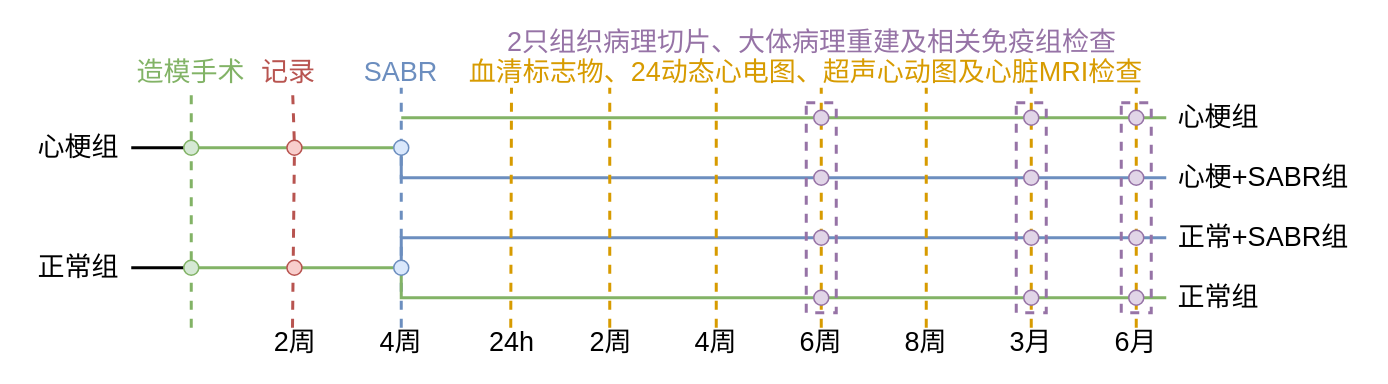
Above: gong.drawio in zondie17/something (draw.io), before the change. Source tidied: cells renumbered, new cells numbered last; positions are measured from the earlier drawing's top-left corner, leaving out a move shared by most shapes. Both pictures are drawn from the tidied source at 150%, with x=0, y=0 at pixel (26, 27).
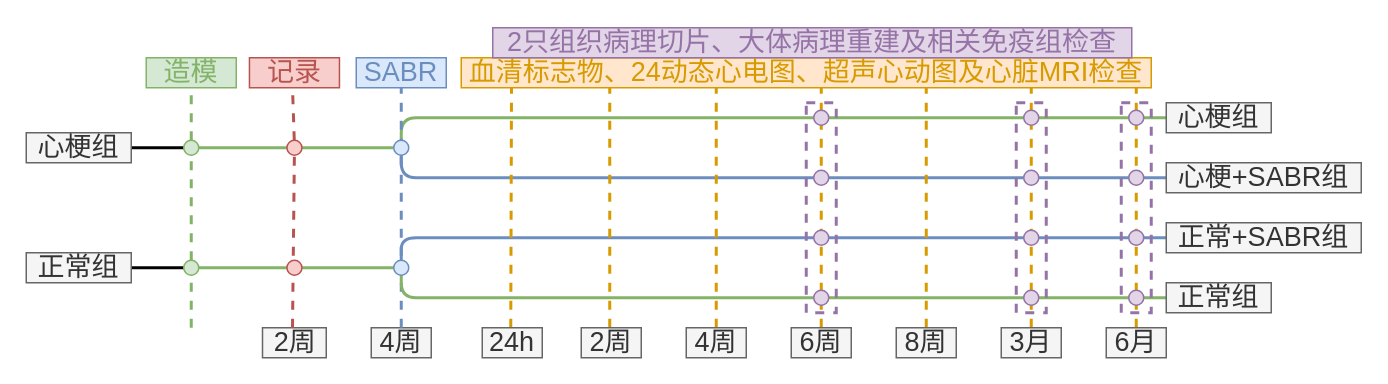
Above is the later version.

Unchanged cells that the change refers to:
```xml
<mxCell id="50" style="ellipse;whiteSpace=wrap;html=1;fillColor=#dae8fc;strokeColor=#6c8ebf;" parent="1" vertex="1">
  <mxGeometry x="245" y="155" width="10" height="10" as="geometry" />
</mxCell>
<mxCell id="62" style="ellipse;whiteSpace=wrap;html=1;fillColor=#e1d5e7;strokeColor=#9673a6;" parent="1" vertex="1">
  <mxGeometry x="665" y="55" width="10" height="10" as="geometry" />
</mxCell>
```

The edit, as a diff of the source:
```diff
@@
+    <mxCell id="67" style="endArrow=none;html=1;rounded=1;startArrow=none;startFill=0;endFill=0;fillColor=#d5e8d4;strokeColor=#82b366;strokeWidth=2;" parent="1" edge="1">
+      <mxGeometry relative="1" as="geometry">
+        <mxPoint x="250" y="80" as="sourcePoint" />
+        <mxPoint x="760" y="60" as="targetPoint" />
+        <Array as="points">
+          <mxPoint x="250" y="60" />
+        </Array>
+      </mxGeometry>
+    </mxCell>
@@
-    <mxCell id="5" value="&lt;font style=&quot;font-size: 18px;&quot; face=&quot;LXGW WenKai&quot;&gt;心梗组&lt;/font&gt;" style="text;html=1;strokeColor=none;fillColor=none;align=center;verticalAlign=middle;whiteSpace=wrap;rounded=0;" parent="1" vertex="1">
+    <mxCell id="5" value="&lt;font style=&quot;font-size: 18px;&quot; face=&quot;LXGW WenKai&quot;&gt;心梗组&lt;/font&gt;" style="text;html=1;strokeColor=#666666;fillColor=#f5f5f5;align=center;verticalAlign=middle;whiteSpace=wrap;rounded=0;fontColor=#333333;" parent="1" vertex="1">
       <mxGeometry y="70" width="70" height="20" as="geometry" />
     </mxCell>
@@
-    <mxCell id="7" value="&lt;font style=&quot;font-size: 18px;&quot; face=&quot;LXGW WenKai&quot;&gt;正常组&lt;/font&gt;" style="text;html=1;strokeColor=none;fillColor=none;align=center;verticalAlign=middle;whiteSpace=wrap;rounded=0;" parent="1" vertex="1">
+    <mxCell id="7" value="&lt;font style=&quot;font-size: 18px;&quot; face=&quot;LXGW WenKai&quot;&gt;正常组&lt;/font&gt;" style="text;html=1;strokeColor=#666666;fillColor=#f5f5f5;align=center;verticalAlign=middle;whiteSpace=wrap;rounded=0;fontColor=#333333;" parent="1" vertex="1">
       <mxGeometry y="150" width="70" height="20" as="geometry" />
     </mxCell>
@@
-    <mxCell id="9" value="&lt;font color=&quot;#82b366&quot; style=&quot;font-size: 18px;&quot; face=&quot;LXGW WenKai&quot;&gt;造模手术&lt;/font&gt;" style="text;html=1;strokeColor=none;fillColor=none;align=center;verticalAlign=middle;whiteSpace=wrap;rounded=0;" parent="1" vertex="1">
-      <mxGeometry x="60" y="20" width="100" height="20" as="geometry" />
+    <mxCell id="9" value="&lt;font color=&quot;#82b366&quot; style=&quot;font-size: 18px;&quot; face=&quot;LXGW WenKai&quot;&gt;造模&lt;/font&gt;" style="text;html=1;strokeColor=#82b366;fillColor=#d5e8d4;align=center;verticalAlign=middle;whiteSpace=wrap;rounded=0;" parent="1" vertex="1">
+      <mxGeometry x="80" y="20" width="60" height="20" as="geometry" />
     </mxCell>
@@
-    <mxCell id="12" value="&lt;font color=&quot;#6c8ebf&quot; style=&quot;font-size: 18px;&quot; face=&quot;LXGW WenKai&quot;&gt;SABR&lt;/font&gt;" style="text;html=1;strokeColor=none;fillColor=none;align=center;verticalAlign=middle;whiteSpace=wrap;rounded=0;" parent="1" vertex="1">
+    <mxCell id="12" value="&lt;font color=&quot;#6c8ebf&quot; style=&quot;font-size: 18px;&quot; face=&quot;LXGW WenKai&quot;&gt;SABR&lt;/font&gt;" style="text;html=1;strokeColor=#6c8ebf;fillColor=#dae8fc;align=center;verticalAlign=middle;whiteSpace=wrap;rounded=0;" parent="1" vertex="1">
       <mxGeometry x="220" y="20" width="60" height="20" as="geometry" />
     </mxCell>
@@
-    <mxCell id="14" value="&lt;font style=&quot;font-size: 18px;&quot; face=&quot;LXGW WenKai&quot;&gt;2周&lt;/font&gt;" style="text;html=1;strokeColor=none;fillColor=none;align=center;verticalAlign=middle;whiteSpace=wrap;rounded=0;" parent="1" vertex="1">
+    <mxCell id="14" value="&lt;font style=&quot;font-size: 18px;&quot; face=&quot;LXGW WenKai&quot;&gt;2周&lt;/font&gt;" style="text;html=1;strokeColor=#666666;fillColor=#f5f5f5;align=center;verticalAlign=middle;whiteSpace=wrap;rounded=0;fontColor=#333333;" parent="1" vertex="1">
       <mxGeometry x="157.5" y="200" width="42.5" height="20" as="geometry" />
     </mxCell>
-    <mxCell id="15" value="&lt;font style=&quot;font-size: 18px;&quot; face=&quot;LXGW WenKai&quot;&gt;4周&lt;/font&gt;" style="text;html=1;strokeColor=none;fillColor=none;align=center;verticalAlign=middle;whiteSpace=wrap;rounded=0;" parent="1" vertex="1">
+    <mxCell id="15" value="&lt;font style=&quot;font-size: 18px;&quot; face=&quot;LXGW WenKai&quot;&gt;4周&lt;/font&gt;" style="text;html=1;strokeColor=#666666;fillColor=#f5f5f5;align=center;verticalAlign=middle;whiteSpace=wrap;rounded=0;fontColor=#333333;" parent="1" vertex="1">
       <mxGeometry x="230" y="200" width="40" height="20" as="geometry" />
     </mxCell>
-    <mxCell id="16" value="&lt;font color=&quot;#b85450&quot; style=&quot;font-size: 18px;&quot; face=&quot;LXGW WenKai&quot;&gt;记录&lt;/font&gt;" style="text;html=1;strokeColor=none;fillColor=none;align=center;verticalAlign=middle;whiteSpace=wrap;rounded=0;" parent="1" vertex="1">
-      <mxGeometry x="150" y="20" width="50" height="20" as="geometry" />
+    <mxCell id="16" value="&lt;font color=&quot;#b85450&quot; style=&quot;font-size: 18px;&quot; face=&quot;LXGW WenKai&quot;&gt;记录&lt;/font&gt;" style="text;html=1;strokeColor=#b85450;fillColor=#f8cecc;align=center;verticalAlign=middle;whiteSpace=wrap;rounded=0;" parent="1" vertex="1">
+      <mxGeometry x="148.8" y="20" width="60" height="20" as="geometry" />
     </mxCell>
@@
-    <mxCell id="18" style="endArrow=none;html=1;rounded=0;startArrow=none;startFill=0;endFill=0;fillColor=#d5e8d4;strokeColor=#82b366;strokeWidth=2;" parent="1" edge="1" source="62">
-      <mxGeometry relative="1" as="geometry">
-        <mxPoint x="760" y="60" as="targetPoint" />
-        <Array as="points">
-          <mxPoint x="250" y="60" />
-        </Array>
-      </mxGeometry>
-    </mxCell>
-    <mxCell id="19" style="endArrow=none;html=1;rounded=0;startArrow=none;startFill=0;endFill=0;fillColor=#d5e8d4;strokeColor=#82b366;strokeWidth=2;" parent="1" edge="1">
+    <mxCell id="19" style="endArrow=none;html=1;rounded=1;startArrow=none;startFill=0;endFill=0;fillColor=#d5e8d4;strokeColor=#82b366;strokeWidth=2;" parent="1" edge="1">
       <mxGeometry relative="1" as="geometry">
         <mxPoint x="250" y="160" as="sourcePoint" />
         <mxPoint x="760" y="180" as="targetPoint" />
         <Array as="points">
           <mxPoint x="250" y="180" />
         </Array>
       </mxGeometry>
     </mxCell>
-    <mxCell id="20" style="endArrow=none;html=1;rounded=0;startArrow=none;startFill=0;endFill=0;fillColor=#d5e8d4;strokeColor=#6C8EBF;strokeWidth=2;" parent="1" edge="1">
+    <mxCell id="20" style="endArrow=none;html=1;startArrow=none;startFill=0;endFill=0;fillColor=#d5e8d4;strokeColor=#6C8EBF;strokeWidth=2;rounded=1;" parent="1" edge="1">
       <mxGeometry relative="1" as="geometry">
         <mxPoint x="250" y="80" as="sourcePoint" />
         <mxPoint x="760" y="100" as="targetPoint" />
         <Array as="points">
           <mxPoint x="250" y="100" />
         </Array>
       </mxGeometry>
     </mxCell>
-    <mxCell id="21" style="endArrow=none;html=1;rounded=0;startArrow=none;startFill=0;endFill=0;fillColor=#dae8fc;strokeColor=#6c8ebf;strokeWidth=2;" parent="1" edge="1" source="50">
+    <mxCell id="21" style="endArrow=none;html=1;rounded=1;startArrow=none;startFill=0;endFill=0;fillColor=#dae8fc;strokeColor=#6c8ebf;strokeWidth=2;" parent="1" edge="1" source="50">
       <mxGeometry relative="1" as="geometry">
         <mxPoint x="760" y="140" as="targetPoint" />
         <Array as="points">
           <mxPoint x="250" y="140" />
         </Array>
       </mxGeometry>
     </mxCell>
-    <mxCell id="22" value="&lt;font color=&quot;#d79b00&quot; style=&quot;font-size: 18px;&quot; face=&quot;LXGW WenKai&quot;&gt;血清标志物、24动态心电图、超声心动图及心脏MRI检查&lt;/font&gt;" style="text;html=1;strokeColor=none;fillColor=none;align=center;verticalAlign=middle;whiteSpace=wrap;rounded=0;" parent="1" vertex="1">
+    <mxCell id="22" value="&lt;font color=&quot;#d79b00&quot; style=&quot;font-size: 18px;&quot; face=&quot;LXGW WenKai&quot;&gt;血清标志物、24动态心电图、超声心动图及心脏MRI检查&lt;/font&gt;" style="text;html=1;strokeColor=#d79b00;fillColor=#ffe6cc;align=center;verticalAlign=middle;whiteSpace=wrap;rounded=0;" parent="1" vertex="1">
       <mxGeometry x="290" y="20" width="460" height="20" as="geometry" />
     </mxCell>
@@
-    <mxCell id="29" value="&lt;font style=&quot;font-size: 18px;&quot; face=&quot;LXGW WenKai&quot;&gt;24h&lt;/font&gt;" style="text;html=1;strokeColor=none;fillColor=none;align=center;verticalAlign=middle;whiteSpace=wrap;rounded=0;" parent="1" vertex="1">
+    <mxCell id="29" value="&lt;font style=&quot;font-size: 18px;&quot; face=&quot;LXGW WenKai&quot;&gt;24h&lt;/font&gt;" style="text;html=1;strokeColor=#666666;fillColor=#f5f5f5;align=center;verticalAlign=middle;whiteSpace=wrap;rounded=0;fontColor=#333333;" parent="1" vertex="1">
       <mxGeometry x="304" y="200" width="40" height="20" as="geometry" />
     </mxCell>
-    <mxCell id="30" value="&lt;font style=&quot;font-size: 18px;&quot; face=&quot;LXGW WenKai&quot;&gt;2周&lt;/font&gt;" style="text;html=1;strokeColor=none;fillColor=none;align=center;verticalAlign=middle;whiteSpace=wrap;rounded=0;" parent="1" vertex="1">
+    <mxCell id="30" value="&lt;font style=&quot;font-size: 18px;&quot; face=&quot;LXGW WenKai&quot;&gt;2周&lt;/font&gt;" style="text;html=1;strokeColor=#666666;fillColor=#f5f5f5;align=center;verticalAlign=middle;whiteSpace=wrap;rounded=0;fontColor=#333333;" parent="1" vertex="1">
       <mxGeometry x="370" y="200" width="40" height="20" as="geometry" />
     </mxCell>
-    <mxCell id="31" value="&lt;font style=&quot;font-size: 18px;&quot; face=&quot;LXGW WenKai&quot;&gt;4周&lt;/font&gt;" style="text;html=1;strokeColor=none;fillColor=none;align=center;verticalAlign=middle;whiteSpace=wrap;rounded=0;" parent="1" vertex="1">
+    <mxCell id="31" value="&lt;font style=&quot;font-size: 18px;&quot; face=&quot;LXGW WenKai&quot;&gt;4周&lt;/font&gt;" style="text;html=1;strokeColor=#666666;fillColor=#f5f5f5;align=center;verticalAlign=middle;whiteSpace=wrap;rounded=0;fontColor=#333333;" parent="1" vertex="1">
       <mxGeometry x="440" y="200" width="40" height="20" as="geometry" />
     </mxCell>
-    <mxCell id="32" value="&lt;font style=&quot;font-size: 18px;&quot; face=&quot;LXGW WenKai&quot;&gt;6周&lt;/font&gt;" style="text;html=1;strokeColor=none;fillColor=none;align=center;verticalAlign=middle;whiteSpace=wrap;rounded=0;" parent="1" vertex="1">
+    <mxCell id="32" value="&lt;font style=&quot;font-size: 18px;&quot; face=&quot;LXGW WenKai&quot;&gt;6周&lt;/font&gt;" style="text;html=1;strokeColor=#666666;fillColor=#f5f5f5;align=center;verticalAlign=middle;whiteSpace=wrap;rounded=0;fontColor=#333333;" parent="1" vertex="1">
       <mxGeometry x="510" y="200" width="40" height="20" as="geometry" />
     </mxCell>
-    <mxCell id="33" value="&lt;font style=&quot;font-size: 18px;&quot; face=&quot;LXGW WenKai&quot;&gt;8周&lt;/font&gt;" style="text;html=1;strokeColor=none;fillColor=none;align=center;verticalAlign=middle;whiteSpace=wrap;rounded=0;" parent="1" vertex="1">
+    <mxCell id="33" value="&lt;font style=&quot;font-size: 18px;&quot; face=&quot;LXGW WenKai&quot;&gt;8周&lt;/font&gt;" style="text;html=1;strokeColor=#666666;fillColor=#f5f5f5;align=center;verticalAlign=middle;whiteSpace=wrap;rounded=0;fontColor=#333333;" parent="1" vertex="1">
       <mxGeometry x="580" y="200" width="40" height="20" as="geometry" />
     </mxCell>
@@
-    <mxCell id="35" value="&lt;font style=&quot;font-size: 18px;&quot; face=&quot;LXGW WenKai&quot;&gt;3月&lt;/font&gt;" style="text;html=1;strokeColor=none;fillColor=none;align=center;verticalAlign=middle;whiteSpace=wrap;rounded=0;" parent="1" vertex="1">
+    <mxCell id="35" value="&lt;font style=&quot;font-size: 18px;&quot; face=&quot;LXGW WenKai&quot;&gt;3月&lt;/font&gt;" style="text;html=1;strokeColor=#666666;fillColor=#f5f5f5;align=center;verticalAlign=middle;whiteSpace=wrap;rounded=0;fontColor=#333333;" parent="1" vertex="1">
       <mxGeometry x="650" y="200" width="40" height="20" as="geometry" />
     </mxCell>
-    <mxCell id="36" value="&lt;font style=&quot;font-size: 18px;&quot; face=&quot;LXGW WenKai&quot;&gt;6月&lt;/font&gt;" style="text;html=1;strokeColor=none;fillColor=none;align=center;verticalAlign=middle;whiteSpace=wrap;rounded=0;" parent="1" vertex="1">
+    <mxCell id="36" value="&lt;font style=&quot;font-size: 18px;&quot; face=&quot;LXGW WenKai&quot;&gt;6月&lt;/font&gt;" style="text;html=1;strokeColor=#666666;fillColor=#f5f5f5;align=center;verticalAlign=middle;whiteSpace=wrap;rounded=0;fontColor=#333333;" parent="1" vertex="1">
       <mxGeometry x="720" y="200" width="40" height="20" as="geometry" />
     </mxCell>
@@
-    <mxCell id="40" value="&lt;font color=&quot;#9673a6&quot; style=&quot;font-size: 18px;&quot; face=&quot;LXGW WenKai&quot;&gt;2只组织病理切片、大体病理重建及相关免疫组检查&lt;/font&gt;" style="text;html=1;strokeColor=none;fillColor=none;align=center;verticalAlign=middle;whiteSpace=wrap;rounded=0;" parent="1" vertex="1">
+    <mxCell id="40" value="&lt;font color=&quot;#9673a6&quot; style=&quot;font-size: 18px;&quot; face=&quot;LXGW WenKai&quot;&gt;2只组织病理切片、大体病理重建及相关免疫组检查&lt;/font&gt;" style="text;html=1;strokeColor=#9673a6;fillColor=#e1d5e7;align=center;verticalAlign=middle;whiteSpace=wrap;rounded=0;" parent="1" vertex="1">
       <mxGeometry x="311" width="426" height="20" as="geometry" />
     </mxCell>
@@
-    <mxCell id="63" value="&lt;font style=&quot;font-size: 18px;&quot; face=&quot;LXGW WenKai&quot;&gt;心梗组&lt;/font&gt;" style="text;html=1;strokeColor=none;fillColor=none;align=center;verticalAlign=middle;whiteSpace=wrap;rounded=0;" parent="1" vertex="1">
+    <mxCell id="63" value="&lt;font style=&quot;font-size: 18px;&quot; face=&quot;LXGW WenKai&quot;&gt;心梗组&lt;/font&gt;" style="text;html=1;strokeColor=#666666;fillColor=#f5f5f5;align=center;verticalAlign=middle;whiteSpace=wrap;rounded=0;fontColor=#333333;" parent="1" vertex="1">
       <mxGeometry x="760" y="50" width="70" height="20" as="geometry" />
     </mxCell>
-    <mxCell id="64" value="&lt;font style=&quot;font-size: 18px;&quot; face=&quot;LXGW WenKai&quot;&gt;正常组&lt;/font&gt;" style="text;html=1;strokeColor=none;fillColor=none;align=center;verticalAlign=middle;whiteSpace=wrap;rounded=0;" parent="1" vertex="1">
+    <mxCell id="64" value="&lt;font style=&quot;font-size: 18px;&quot; face=&quot;LXGW WenKai&quot;&gt;正常组&lt;/font&gt;" style="text;html=1;strokeColor=#666666;fillColor=#f5f5f5;align=center;verticalAlign=middle;whiteSpace=wrap;rounded=0;fontColor=#333333;" parent="1" vertex="1">
       <mxGeometry x="760" y="170" width="70" height="20" as="geometry" />
     </mxCell>
-    <mxCell id="65" value="&lt;font style=&quot;font-size: 18px;&quot; face=&quot;LXGW WenKai&quot;&gt;心梗+SABR组&lt;/font&gt;" style="text;html=1;strokeColor=none;fillColor=none;align=center;verticalAlign=middle;whiteSpace=wrap;rounded=0;" parent="1" vertex="1">
+    <mxCell id="65" value="&lt;font style=&quot;font-size: 18px;&quot; face=&quot;LXGW WenKai&quot;&gt;心梗+SABR组&lt;/font&gt;" style="text;html=1;strokeColor=#666666;fillColor=#f5f5f5;align=center;verticalAlign=middle;whiteSpace=wrap;rounded=0;fontColor=#333333;" parent="1" vertex="1">
       <mxGeometry x="760" y="90" width="130" height="20" as="geometry" />
     </mxCell>
-    <mxCell id="66" value="&lt;font style=&quot;font-size: 18px;&quot; face=&quot;LXGW WenKai&quot;&gt;正常+SABR组&lt;/font&gt;" style="text;html=1;strokeColor=none;fillColor=none;align=center;verticalAlign=middle;whiteSpace=wrap;rounded=0;" parent="1" vertex="1">
+    <mxCell id="66" value="&lt;font style=&quot;font-size: 18px;&quot; face=&quot;LXGW WenKai&quot;&gt;正常+SABR组&lt;/font&gt;" style="text;html=1;strokeColor=#666666;fillColor=#f5f5f5;align=center;verticalAlign=middle;whiteSpace=wrap;rounded=0;fontColor=#333333;" parent="1" vertex="1">
       <mxGeometry x="760" y="130" width="130" height="20" as="geometry" />
     </mxCell>
```
